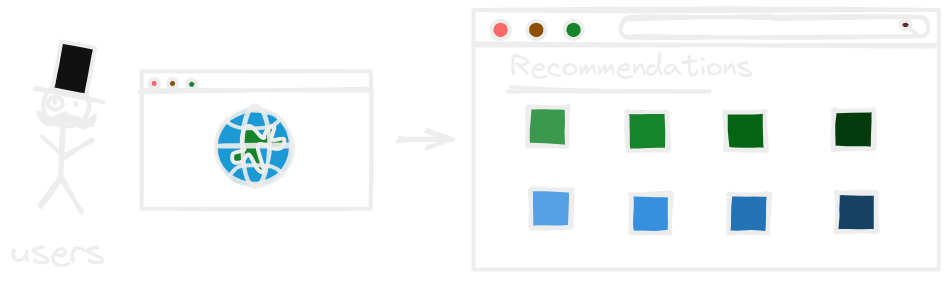
shulavkarki/shulav.github.io keeps this Excalidraw diagram as public/img/rec.png. Above is the earlier version. Source tidied: one line per element, renumbered; positions are measured from the earlier drawing's top-left corner, leaving out a move shared by most shapes.
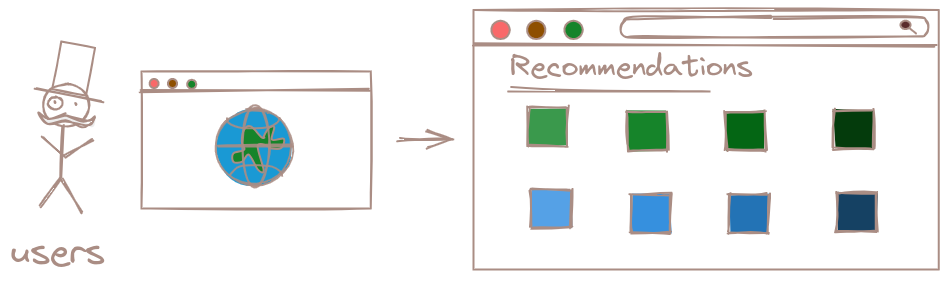
The same file after the commit.

Commit message:
rec cover changed.

The edit, as a diff of the source:
```diff
@@ -1,43 +1,43 @@
-{"id": 0, "type": "arrow", "strokeColor": "#000000", "strokeWidth": 4, "roughness": 2, "endArrowhead": "arrow", "from": 26, "to": 1, "x": 388, "y": 131, "width": 52, "height": 2, "points": [[0, 0], [52, -2]]}
+{"id": 0, "type": "arrow", "strokeColor": "#846358", "strokeWidth": 2, "roughness": 2, "endArrowhead": "arrow", "from": 26, "to": 1, "x": 388, "y": 131, "width": 52, "height": 2, "points": [[0, 0], [52, -2]]}
-{"id": 1, "type": "rectangle", "strokeColor": "#000000", "strokeWidth": 4, "roughness": 1, "x": 464, "y": 0, "width": 465, "height": 259}
+{"id": 1, "type": "rectangle", "strokeColor": "#846358", "strokeWidth": 2, "roughness": 1, "x": 464, "y": 0, "width": 465, "height": 259}
-{"id": 2, "type": "line", "strokeColor": "#000000", "strokeWidth": 4, "roughness": 1, "round": true, "x": 463, "y": 34, "width": 462, "height": 2, "points": [[0, 0], [462, 2]]}
+{"id": 2, "type": "line", "strokeColor": "#846358", "strokeWidth": 2, "roughness": 1, "round": true, "x": 463, "y": 34, "width": 462, "height": 2, "points": [[0, 0], [462, 2]]}
-{"id": 3, "type": "text", "text": "Recommendations", "strokeColor": "#000000", "strokeWidth": 4, "roughness": 2, "fontSize": 29.79, "fontFamily": 1, "x": 500, "y": 39, "width": 243, "height": 37}
+{"id": 3, "type": "text", "text": "Recommendations", "strokeColor": "#846358", "strokeWidth": 2, "roughness": 2, "fontSize": 29.79, "fontFamily": 1, "x": 500, "y": 39, "width": 242, "height": 37}
-{"id": 4, "type": "rectangle", "strokeColor": "#000000", "backgroundColor": "#2f9e44", "fillStyle": "solid", "strokeWidth": 4, "roughness": 2, "x": 518, "y": 97, "width": 39, "height": 38}
+{"id": 4, "type": "rectangle", "strokeColor": "#846358", "backgroundColor": "#2f9e44", "fillStyle": "solid", "strokeWidth": 2, "roughness": 2, "x": 518, "y": 97, "width": 39, "height": 38}
-{"id": 5, "type": "line", "strokeColor": "#000000", "strokeWidth": 4, "roughness": 1, "round": true, "x": 762, "y": 7, "width": 303, "height": 20, "points": [[0, 0], [134, 0], [153, 4], [153, 18], [134, 20], [0, 20], [-124, 20], [-148, 20], [-149, 5], [-129, 0], [0, 0]]}
+{"id": 5, "type": "line", "strokeColor": "#846358", "strokeWidth": 2, "roughness": 1, "round": true, "x": 762, "y": 7, "width": 303, "height": 20, "points": [[0, 0], [134, 0], [153, 4], [153, 18], [134, 20], [0, 20], [-124, 20], [-148, 20], [-149, 5], [-129, 0], [0, 0]]}
-{"id": 6, "type": "line", "strokeColor": "#000000", "strokeWidth": 4, "roughness": 2, "x": 502, "y": 78, "width": 200, "height": 2, "points": [[0, 0], [200, 2]]}
+{"id": 6, "type": "line", "strokeColor": "#846358", "strokeWidth": 2, "roughness": 2, "x": 502, "y": 78, "width": 200, "height": 2, "points": [[0, 0], [200, 2]]}
-{"id": 7, "type": "rectangle", "strokeColor": "#000000", "backgroundColor": "#69db7c", "fillStyle": "solid", "strokeWidth": 4, "roughness": 2, "x": 716, "y": 102, "width": 39, "height": 38}
+{"id": 7, "type": "rectangle", "strokeColor": "#846358", "backgroundColor": "#69db7c", "fillStyle": "solid", "strokeWidth": 2, "roughness": 2, "x": 716, "y": 102, "width": 39, "height": 38}
-{"id": 8, "type": "rectangle", "strokeColor": "#000000", "backgroundColor": "#40c057", "fillStyle": "solid", "strokeWidth": 4, "roughness": 2, "x": 618, "y": 102, "width": 39, "height": 38}
+{"id": 8, "type": "rectangle", "strokeColor": "#846358", "backgroundColor": "#40c057", "fillStyle": "solid", "strokeWidth": 2, "roughness": 2, "x": 618, "y": 102, "width": 39, "height": 38}
-{"id": 9, "type": "rectangle", "strokeColor": "#000000", "backgroundColor": "#b2f2bb", "fillStyle": "solid", "strokeWidth": 4, "roughness": 2, "x": 824, "y": 101, "width": 39, "height": 38}
+{"id": 9, "type": "rectangle", "strokeColor": "#846358", "backgroundColor": "#b2f2bb", "fillStyle": "solid", "strokeWidth": 2, "roughness": 2, "x": 824, "y": 101, "width": 39, "height": 38}
-{"id": 10, "type": "rectangle", "strokeColor": "#000000", "backgroundColor": "#1971c2", "fillStyle": "solid", "strokeWidth": 4, "roughness": 2, "x": 521, "y": 180, "width": 39, "height": 38}
+{"id": 10, "type": "rectangle", "strokeColor": "#846358", "backgroundColor": "#1971c2", "fillStyle": "solid", "strokeWidth": 2, "roughness": 2, "x": 521, "y": 180, "width": 39, "height": 38}
-{"id": 11, "type": "rectangle", "strokeColor": "#000000", "backgroundColor": "#4dabf7", "fillStyle": "solid", "strokeWidth": 4, "roughness": 2, "x": 719, "y": 185, "width": 39, "height": 38}
+{"id": 11, "type": "rectangle", "strokeColor": "#846358", "backgroundColor": "#4dabf7", "fillStyle": "solid", "strokeWidth": 2, "roughness": 2, "x": 719, "y": 185, "width": 39, "height": 38}
-{"id": 12, "type": "rectangle", "strokeColor": "#000000", "backgroundColor": "#228be6", "fillStyle": "solid", "strokeWidth": 4, "roughness": 2, "x": 621, "y": 185, "width": 39, "height": 38}
+{"id": 12, "type": "rectangle", "strokeColor": "#846358", "backgroundColor": "#228be6", "fillStyle": "solid", "strokeWidth": 2, "roughness": 2, "x": 621, "y": 185, "width": 39, "height": 38}
-{"id": 13, "type": "rectangle", "strokeColor": "#000000", "backgroundColor": "#a5d8ff", "fillStyle": "solid", "strokeWidth": 4, "roughness": 2, "x": 827, "y": 183, "width": 39, "height": 38}
+{"id": 13, "type": "rectangle", "strokeColor": "#846358", "backgroundColor": "#a5d8ff", "fillStyle": "solid", "strokeWidth": 2, "roughness": 2, "x": 827, "y": 183, "width": 39, "height": 38}
-{"id": 14, "type": "ellipse", "strokeColor": "#000000", "strokeWidth": 4, "roughness": 1, "x": 33, "y": 74, "width": 47, "height": 43}
+{"id": 14, "type": "ellipse", "strokeColor": "#846358", "strokeWidth": 2, "roughness": 1, "x": 33, "y": 74, "width": 47, "height": 43}
-{"id": 15, "type": "line", "strokeColor": "#000000", "backgroundColor": "#ced4da", "fillStyle": "solid", "strokeWidth": 4, "roughness": 1, "round": true, "x": 54, "y": 116, "width": 2, "height": 52, "points": [[0, 0], [-2, 52]]}
+{"id": 15, "type": "line", "strokeColor": "#846358", "backgroundColor": "#ced4da", "fillStyle": "solid", "strokeWidth": 2, "roughness": 1, "round": true, "x": 54, "y": 116, "width": 2, "height": 52, "points": [[0, 0], [-2, 52]]}
-{"id": 16, "type": "line", "strokeColor": "#000000", "backgroundColor": "#ced4da", "fillStyle": "solid", "strokeWidth": 4, "roughness": 1, "round": true, "x": 51, "y": 170, "width": 21, "height": 32, "points": [[0, 0], [21, 32]]}
+{"id": 16, "type": "line", "strokeColor": "#846358", "backgroundColor": "#ced4da", "fillStyle": "solid", "strokeWidth": 2, "roughness": 1, "round": true, "x": 51, "y": 170, "width": 21, "height": 32, "points": [[0, 0], [21, 32]]}
-{"id": 17, "type": "line", "strokeColor": "#000000", "backgroundColor": "#ced4da", "fillStyle": "solid", "strokeWidth": 4, "roughness": 1, "round": true, "x": 51, "y": 169, "width": 20, "height": 27, "points": [[0, 0], [-20, 27]]}
+{"id": 17, "type": "line", "strokeColor": "#846358", "backgroundColor": "#ced4da", "fillStyle": "solid", "strokeWidth": 2, "roughness": 1, "round": true, "x": 51, "y": 169, "width": 20, "height": 27, "points": [[0, 0], [-20, 27]]}
-{"id": 18, "type": "line", "strokeColor": "#000000", "backgroundColor": "#ced4da", "fillStyle": "solid", "strokeWidth": 4, "roughness": 1, "round": true, "x": 33, "y": 126, "width": 20, "height": 19, "points": [[0, 0], [20, 19]]}
+{"id": 18, "type": "line", "strokeColor": "#846358", "backgroundColor": "#ced4da", "fillStyle": "solid", "strokeWidth": 2, "roughness": 1, "round": true, "x": 33, "y": 126, "width": 20, "height": 19, "points": [[0, 0], [20, 19]]}
-{"id": 19, "type": "line", "strokeColor": "#000000", "backgroundColor": "#ced4da", "fillStyle": "solid", "strokeWidth": 4, "roughness": 1, "round": true, "x": 55, "y": 146, "width": 29, "height": 16, "points": [[0, 0], [29, -16]]}
+{"id": 19, "type": "line", "strokeColor": "#846358", "backgroundColor": "#ced4da", "fillStyle": "solid", "strokeWidth": 2, "roughness": 1, "round": true, "x": 55, "y": 146, "width": 29, "height": 16, "points": [[0, 0], [29, -16]]}
-{"id": 20, "type": "line", "strokeColor": "#000000", "strokeWidth": 4, "roughness": 1, "round": true, "x": 25, "y": 78, "width": 67, "height": 14, "points": [[0, 0], [67, 14]]}
+{"id": 20, "type": "line", "strokeColor": "#846358", "strokeWidth": 2, "roughness": 1, "round": true, "x": 25, "y": 78, "width": 67, "height": 14, "points": [[0, 0], [67, 14]]}
-{"id": 21, "type": "rectangle", "strokeColor": "#000000", "angle": 0.19, "backgroundColor": "#fff", "fillStyle": "solid", "strokeWidth": 4, "roughness": 1, "x": 46, "y": 34, "width": 34, "height": 48}
+{"id": 21, "type": "rectangle", "strokeColor": "#846358", "angle": 0.19, "strokeWidth": 2, "roughness": 1, "x": 46, "y": 34, "width": 34, "height": 48}
-{"id": 22, "type": "line", "strokeColor": "#000000", "backgroundColor": "#000", "fillStyle": "solid", "strokeWidth": 4, "roughness": 1, "round": true, "x": 56, "y": 104, "width": 56, "height": 13, "points": [[0, 0], [17, 6], [24, 6], [29, 2], [25, 11], [17, 11], [0, 7], [-17, 9], [-27, -2], [-17, 4], [0, 0]]}
+{"id": 22, "type": "line", "strokeColor": "#846358", "backgroundColor": "#000", "fillStyle": "solid", "strokeWidth": 2, "roughness": 1, "round": true, "x": 56, "y": 104, "width": 56, "height": 13, "points": [[0, 0], [17, 6], [24, 6], [29, 2], [25, 11], [17, 11], [0, 7], [-17, 9], [-27, -2], [-17, 4], [0, 0]]}
-{"id": 23, "type": "ellipse", "strokeColor": "#000000", "strokeWidth": 4, "roughness": 1, "x": 38, "y": 87, "width": 15, "height": 12}
+{"id": 23, "type": "ellipse", "strokeColor": "#846358", "strokeWidth": 2, "roughness": 1, "x": 38, "y": 87, "width": 15, "height": 12}
-{"id": 24, "type": "ellipse", "strokeColor": "#000000", "strokeWidth": 4, "roughness": 1, "x": 45, "y": 92, "width": 1, "height": 1}
+{"id": 24, "type": "ellipse", "strokeColor": "#846358", "strokeWidth": 2, "roughness": 1, "x": 45, "y": 92, "width": 1, "height": 1}
-{"id": 25, "type": "ellipse", "strokeColor": "#000000", "strokeWidth": 4, "roughness": 1, "x": 65, "y": 93, "width": 1, "height": 1}
+{"id": 25, "type": "ellipse", "strokeColor": "#846358", "strokeWidth": 2, "roughness": 1, "x": 65, "y": 93, "width": 1, "height": 1}
-{"id": 26, "type": "rectangle", "strokeColor": "#000000", "strokeWidth": 4, "roughness": 1, "x": 132, "y": 61, "width": 229, "height": 137}
+{"id": 26, "type": "rectangle", "strokeColor": "#846358", "strokeWidth": 2, "roughness": 1, "x": 132, "y": 61, "width": 229, "height": 137}
-{"id": 27, "type": "line", "strokeColor": "#000000", "strokeWidth": 4, "roughness": 1, "round": true, "x": 130, "y": 81, "width": 231, "height": 0, "points": [[0, 0], [231, 0]]}
+{"id": 27, "type": "line", "strokeColor": "#846358", "strokeWidth": 2, "roughness": 1, "round": true, "x": 130, "y": 81, "width": 231, "height": 0, "points": [[0, 0], [231, 0]]}
-{"id": 28, "type": "ellipse", "strokeColor": "#000000", "backgroundColor": "#fa5252", "fillStyle": "solid", "strokeWidth": 4, "roughness": 0, "x": 140, "y": 69, "width": 9, "height": 9}
+{"id": 28, "type": "ellipse", "strokeColor": "#846358", "backgroundColor": "#fa5252", "fillStyle": "solid", "strokeWidth": 2, "roughness": 0, "x": 140, "y": 69, "width": 9, "height": 9}
-{"id": 29, "type": "ellipse", "strokeColor": "#000000", "backgroundColor": "#fab005", "fillStyle": "solid", "strokeWidth": 4, "roughness": 0, "x": 158, "y": 69, "width": 9, "height": 9}
+{"id": 29, "type": "ellipse", "strokeColor": "#846358", "backgroundColor": "#fab005", "fillStyle": "solid", "strokeWidth": 2, "roughness": 0, "x": 158, "y": 69, "width": 9, "height": 9}
-{"id": 30, "type": "ellipse", "strokeColor": "#000000", "backgroundColor": "#40c057", "fillStyle": "solid", "strokeWidth": 4, "roughness": 0, "x": 177, "y": 70, "width": 9, "height": 9}
+{"id": 30, "type": "ellipse", "strokeColor": "#846358", "backgroundColor": "#40c057", "fillStyle": "solid", "strokeWidth": 2, "roughness": 0, "x": 177, "y": 70, "width": 9, "height": 9}
-{"id": 31, "type": "ellipse", "strokeColor": "#000000", "backgroundColor": "#04aaf7", "fillStyle": "solid", "strokeWidth": 4, "roughness": 1, "opacity": 90, "x": 206, "y": 99, "width": 77, "height": 77}
+{"id": 31, "type": "ellipse", "strokeColor": "#846358", "backgroundColor": "#04aaf7", "fillStyle": "solid", "strokeWidth": 2, "roughness": 1, "opacity": 90, "x": 206, "y": 99, "width": 77, "height": 77}
-{"id": 32, "type": "line", "strokeColor": "#000000", "backgroundColor": "#40c057", "fillStyle": "solid", "strokeWidth": 4, "roughness": 0, "round": true, "x": 254, "y": 128, "width": 51, "height": 44, "points": [[0, 0], [-3, -1], [-14, -11], [-20, -8], [-23, 4], [-20, 12], [-31, 16], [-31, 24], [-22, 24], [-16, 17], [-6, 32], [-1, 33], [-7, 9], [2, 8], [6, 11], [17, 11], [19, 1], [8, 2], [10, -10], [4, -10], [0, -2], [0, 0]]}
+{"id": 32, "type": "line", "strokeColor": "#846358", "backgroundColor": "#40c057", "fillStyle": "solid", "strokeWidth": 2, "roughness": 0, "round": true, "x": 254, "y": 128, "width": 51, "height": 44, "points": [[0, 0], [-3, -1], [-14, -11], [-20, -8], [-23, 4], [-20, 12], [-31, 16], [-31, 24], [-22, 24], [-16, 17], [-6, 32], [-1, 33], [-7, 9], [2, 8], [6, 11], [17, 11], [19, 1], [8, 2], [10, -10], [4, -10], [0, -2], [0, 0]]}
-{"id": 33, "type": "line", "strokeColor": "#000000", "backgroundColor": "#99bcff", "fillStyle": "solid", "strokeWidth": 4, "roughness": 1, "opacity": 90, "round": true, "x": 208, "y": 136, "width": 75, "height": 0, "points": [[0, 0], [75, 0]]}
+{"id": 33, "type": "line", "strokeColor": "#846358", "backgroundColor": "#99bcff", "fillStyle": "solid", "strokeWidth": 2, "roughness": 1, "opacity": 90, "round": true, "x": 208, "y": 136, "width": 75, "height": 0, "points": [[0, 0], [75, 0]]}
-{"id": 34, "type": "line", "strokeColor": "#000000", "backgroundColor": "#99bcff", "fillStyle": "solid", "strokeWidth": 4, "roughness": 0, "opacity": 90, "round": true, "x": 217, "y": 108, "width": 53, "height": 10, "points": [[0, 0], [1, 4], [7, 7], [15, 10], [28, 10], [42, 8], [51, 4], [53, 0]]}
+{"id": 34, "type": "line", "strokeColor": "#846358", "backgroundColor": "#99bcff", "fillStyle": "solid", "strokeWidth": 2, "roughness": 0, "opacity": 90, "round": true, "x": 217, "y": 108, "width": 53, "height": 10, "points": [[0, 0], [1, 4], [7, 7], [15, 10], [28, 10], [42, 8], [51, 4], [53, 0]]}
-{"id": 35, "type": "ellipse", "strokeColor": "#000000", "strokeWidth": 4, "roughness": 1, "opacity": 90, "x": 231, "y": 96, "width": 28, "height": 80}
+{"id": 35, "type": "ellipse", "strokeColor": "#846358", "strokeWidth": 2, "roughness": 1, "opacity": 90, "x": 231, "y": 96, "width": 28, "height": 80}
-{"id": 36, "type": "line", "strokeColor": "#000000", "backgroundColor": "#99bcff", "fillStyle": "solid", "strokeWidth": 4, "roughness": 0, "opacity": 90, "round": true, "x": 220, "y": 165, "width": 53, "height": 11, "points": [[0, 0], [7, -8], [15, -10], [28, -10], [42, -9], [51, -4], [53, 0]]}
+{"id": 36, "type": "line", "strokeColor": "#846358", "backgroundColor": "#99bcff", "fillStyle": "solid", "strokeWidth": 2, "roughness": 0, "opacity": 90, "round": true, "x": 220, "y": 165, "width": 53, "height": 11, "points": [[0, 0], [7, -8], [15, -10], [28, -10], [42, -9], [51, -4], [53, 0]]}
-{"id": 37, "type": "text", "text": "users", "strokeColor": "#000000", "backgroundColor": "#a5d8ff", "fillStyle": "hachure", "strokeWidth": 4, "roughness": 2, "fontSize": 36, "fontFamily": 1, "x": 0, "y": 220, "width": 95, "height": 45}
+{"id": 37, "type": "text", "text": "users", "strokeColor": "#846358", "backgroundColor": "#a5d8ff", "fillStyle": "hachure", "strokeWidth": 2, "roughness": 2, "fontSize": 36, "fontFamily": 1, "x": 0, "y": 220, "width": 95, "height": 45}
-{"id": 38, "type": "ellipse", "strokeColor": "#000000", "backgroundColor": "#fa5252", "fillStyle": "solid", "strokeWidth": 4, "roughness": 0, "x": 481, "y": 11, "width": 18, "height": 18}
+{"id": 38, "type": "ellipse", "strokeColor": "#846358", "backgroundColor": "#fa5252", "fillStyle": "solid", "strokeWidth": 2, "roughness": 0, "x": 481, "y": 11, "width": 18, "height": 18}
-{"id": 39, "type": "ellipse", "strokeColor": "#000000", "backgroundColor": "#fab005", "fillStyle": "solid", "strokeWidth": 4, "roughness": 0, "x": 517, "y": 11, "width": 18, "height": 18}
+{"id": 39, "type": "ellipse", "strokeColor": "#846358", "backgroundColor": "#fab005", "fillStyle": "solid", "strokeWidth": 2, "roughness": 0, "x": 517, "y": 11, "width": 18, "height": 18}
-{"id": 40, "type": "ellipse", "strokeColor": "#000000", "backgroundColor": "#40c057", "fillStyle": "solid", "strokeWidth": 4, "roughness": 0, "x": 554, "y": 11, "width": 18, "height": 18}
+{"id": 40, "type": "ellipse", "strokeColor": "#846358", "backgroundColor": "#40c057", "fillStyle": "solid", "strokeWidth": 2, "roughness": 0, "x": 554, "y": 11, "width": 18, "height": 18}
-{"id": 41, "type": "ellipse", "strokeColor": "#000000", "backgroundColor": "#ffc9c9", "fillStyle": "solid", "strokeWidth": 4, "roughness": 0, "x": 891, "y": 11, "width": 10, "height": 8}
+{"id": 41, "type": "ellipse", "strokeColor": "#846358", "backgroundColor": "#ffc9c9", "fillStyle": "solid", "strokeWidth": 2, "roughness": 0, "x": 891, "y": 11, "width": 10, "height": 8}
-{"id": 42, "type": "line", "strokeColor": "#000000", "backgroundColor": "#ffc9c9", "fillStyle": "solid", "strokeWidth": 4, "roughness": 0, "x": 900, "y": 18, "width": 6, "height": 5, "points": [[0, 0], [6, 5]]}
+{"id": 42, "type": "line", "strokeColor": "#846358", "backgroundColor": "#ffc9c9", "fillStyle": "solid", "strokeWidth": 2, "roughness": 0, "x": 900, "y": 18, "width": 6, "height": 5, "points": [[0, 0], [6, 5]]}
```
